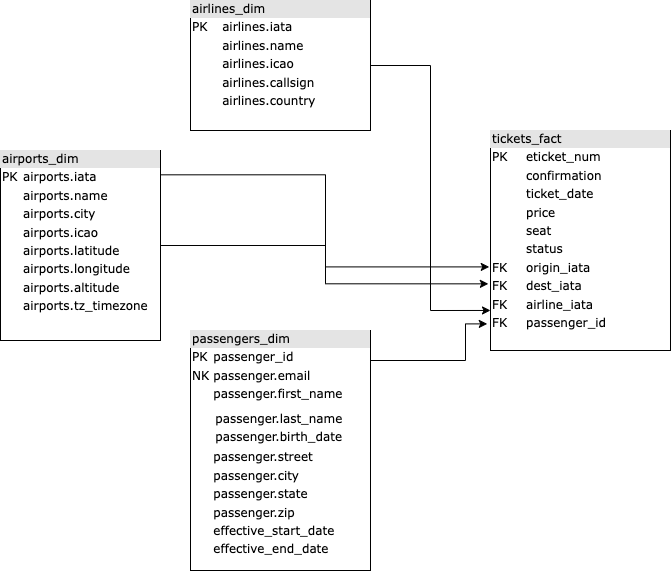
The draw.io diagram imgs/air_travel_data_modeling.drawio.png in rgiosa10/data-modeling-cr, before a commit. Source tidied: cells renumbered, new cells last; positions are measured from the earlier drawing's top-left corner, leaving out a move shared by most shapes. Its diagram source:
```xml
<mxGraphModel>
  <root>
    <mxCell id="0" />
    <mxCell id="1" parent="0" />
    <mxCell id="2" style="edgeStyle=orthogonalEdgeStyle;rounded=0;jettySize=auto;html=1;entryX=0;entryY=0.818;entryDx=0;entryDy=0;entryPerimeter=0;" parent="1" edge="1" source="3" target="9">
      <mxGeometry relative="1" as="geometry" />
    </mxCell>
    <mxCell id="3" value="&lt;div style=&quot;box-sizing: border-box ; width: 100% ; background: #e4e4e4 ; padding: 2px&quot;&gt;airlines_dim&lt;/div&gt;&lt;table style=&quot;width: 100% ; font-size: 1em&quot; cellpadding=&quot;2&quot; cellspacing=&quot;0&quot;&gt;&lt;tbody&gt;&lt;tr&gt;&lt;td&gt;PK&lt;/td&gt;&lt;td&gt;airlines.iata&lt;/td&gt;&lt;/tr&gt;&lt;tr&gt;&lt;td&gt;&lt;br&gt;&lt;/td&gt;&lt;td&gt;airlines.name&lt;/td&gt;&lt;/tr&gt;&lt;tr&gt;&lt;td&gt;&lt;/td&gt;&lt;td&gt;airlines.icao&lt;/td&gt;&lt;/tr&gt;&lt;tr&gt;&lt;td&gt;&lt;br&gt;&lt;/td&gt;&lt;td&gt;airlines.callsign&lt;br&gt;&lt;/td&gt;&lt;/tr&gt;&lt;tr&gt;&lt;td&gt;&lt;br&gt;&lt;/td&gt;&lt;td&gt;airlines.country&lt;/td&gt;&lt;/tr&gt;&lt;/tbody&gt;&lt;/table&gt;" style="verticalAlign=top;align=left;overflow=fill;html=1;rounded=0;shadow=0;comic=0;labelBackgroundColor=none;strokeWidth=1;fontFamily=Verdana;fontSize=12;" parent="1" vertex="1">
      <mxGeometry x="190" width="180" height="130" as="geometry" />
    </mxCell>
    <mxCell id="4" style="edgeStyle=orthogonalEdgeStyle;rounded=0;jettySize=auto;html=1;entryX=-0.007;entryY=0.62;entryDx=0;entryDy=0;entryPerimeter=0;exitX=1.005;exitY=0.128;exitDx=0;exitDy=0;exitPerimeter=0;" parent="1" edge="1" source="6" target="9">
      <mxGeometry relative="1" as="geometry" />
    </mxCell>
    <mxCell id="5" style="edgeStyle=orthogonalEdgeStyle;rounded=0;jettySize=auto;html=1;entryX=-0.012;entryY=0.697;entryDx=0;entryDy=0;entryPerimeter=0;" parent="1" edge="1" source="6" target="9">
      <mxGeometry relative="1" as="geometry" />
    </mxCell>
    <mxCell id="6" value="&lt;div style=&quot;box-sizing: border-box ; width: 100% ; background: #e4e4e4 ; padding: 2px&quot;&gt;airports_dim&lt;/div&gt;&lt;table style=&quot;width: 100% ; font-size: 1em&quot; cellpadding=&quot;2&quot; cellspacing=&quot;0&quot;&gt;&lt;tbody&gt;&lt;tr&gt;&lt;td&gt;PK&lt;/td&gt;&lt;td&gt;airports.iata&lt;/td&gt;&lt;/tr&gt;&lt;tr&gt;&lt;td&gt;&lt;/td&gt;&lt;td&gt;airports.name&lt;/td&gt;&lt;/tr&gt;&lt;tr&gt;&lt;td&gt;&lt;/td&gt;&lt;td&gt;airports.city&lt;/td&gt;&lt;/tr&gt;&lt;tr&gt;&lt;td&gt;&lt;br&gt;&lt;/td&gt;&lt;td&gt;airports.icao&lt;br&gt;&lt;/td&gt;&lt;/tr&gt;&lt;tr&gt;&lt;td&gt;&lt;br&gt;&lt;/td&gt;&lt;td&gt;airports.latitude&lt;br&gt;&lt;/td&gt;&lt;/tr&gt;&lt;tr&gt;&lt;td&gt;&lt;br&gt;&lt;/td&gt;&lt;td&gt;airports.longitude&lt;/td&gt;&lt;/tr&gt;&lt;tr&gt;&lt;td&gt;&lt;br&gt;&lt;/td&gt;&lt;td&gt;airports.altitude&lt;br&gt;&lt;/td&gt;&lt;/tr&gt;&lt;tr&gt;&lt;td&gt;&lt;br&gt;&lt;/td&gt;&lt;td&gt;airports.tz_timezone&lt;/td&gt;&lt;/tr&gt;&lt;/tbody&gt;&lt;/table&gt;" style="verticalAlign=top;align=left;overflow=fill;html=1;rounded=0;shadow=0;comic=0;labelBackgroundColor=none;strokeWidth=1;fontFamily=Verdana;fontSize=12;" parent="1" vertex="1">
      <mxGeometry y="150" width="160" height="190" as="geometry" />
    </mxCell>
    <mxCell id="7" style="edgeStyle=orthogonalEdgeStyle;rounded=0;jettySize=auto;html=1;entryX=-0.018;entryY=0.879;entryDx=0;entryDy=0;entryPerimeter=0;" parent="1" edge="1" source="8" target="9">
      <mxGeometry relative="1" as="geometry">
        <Array as="points">
          <mxPoint x="465" y="360" />
          <mxPoint x="465" y="323" />
        </Array>
      </mxGeometry>
    </mxCell>
    <mxCell id="8" value="&lt;div style=&quot;box-sizing: border-box ; width: 100% ; background: #e4e4e4 ; padding: 2px&quot;&gt;passengers_dim&lt;/div&gt;&lt;table style=&quot;width: 100% ; font-size: 1em&quot; cellpadding=&quot;2&quot; cellspacing=&quot;0&quot;&gt;&lt;tbody&gt;&lt;tr&gt;&lt;td&gt;PK&lt;/td&gt;&lt;td&gt;passenger_id&lt;/td&gt;&lt;/tr&gt;&lt;tr&gt;&lt;td&gt;NK&lt;/td&gt;&lt;td&gt;passenger.email&lt;/td&gt;&lt;/tr&gt;&lt;tr&gt;&lt;td&gt;&lt;/td&gt;&lt;td&gt;passenger.first_name&lt;/td&gt;&lt;/tr&gt;&lt;tr&gt;&lt;td&gt;&lt;br&gt;&lt;/td&gt;&lt;td&gt;&lt;table style=&quot;border-color: var(--border-color); font-size: 1em; width: 180px;&quot; cellpadding=&quot;2&quot; cellspacing=&quot;0&quot;&gt;&lt;tbody style=&quot;border-color: var(--border-color);&quot;&gt;&lt;tr style=&quot;border-color: var(--border-color);&quot;&gt;&lt;td style=&quot;border-color: var(--border-color);&quot;&gt;&lt;/td&gt;&lt;/tr&gt;&lt;tr style=&quot;border-color: var(--border-color);&quot;&gt;&lt;td style=&quot;border-color: var(--border-color);&quot;&gt;passenger.last_name&lt;/td&gt;&lt;/tr&gt;&lt;tr style=&quot;border-color: var(--border-color);&quot;&gt;&lt;td style=&quot;border-color: var(--border-color);&quot;&gt;passenger.birth_date&lt;/td&gt;&lt;/tr&gt;&lt;/tbody&gt;&lt;/table&gt;&lt;/td&gt;&lt;/tr&gt;&lt;tr&gt;&lt;td&gt;&lt;br&gt;&lt;/td&gt;&lt;td&gt;passenger.street&lt;br&gt;&lt;/td&gt;&lt;/tr&gt;&lt;tr&gt;&lt;td&gt;&lt;br&gt;&lt;/td&gt;&lt;td&gt;passenger.city&lt;br&gt;&lt;/td&gt;&lt;/tr&gt;&lt;tr&gt;&lt;td&gt;&lt;br&gt;&lt;/td&gt;&lt;td&gt;passenger.state&lt;/td&gt;&lt;/tr&gt;&lt;tr&gt;&lt;td&gt;&lt;br&gt;&lt;/td&gt;&lt;td&gt;passenger.zip&lt;/td&gt;&lt;/tr&gt;&lt;tr&gt;&lt;td&gt;&lt;br&gt;&lt;/td&gt;&lt;td&gt;effective_start_date&lt;/td&gt;&lt;/tr&gt;&lt;tr&gt;&lt;td&gt;&lt;br&gt;&lt;/td&gt;&lt;td&gt;effective_end_date&lt;/td&gt;&lt;/tr&gt;&lt;/tbody&gt;&lt;/table&gt;" style="verticalAlign=top;align=left;overflow=fill;html=1;rounded=0;shadow=0;comic=0;labelBackgroundColor=none;strokeWidth=1;fontFamily=Verdana;fontSize=12;" parent="1" vertex="1">
      <mxGeometry x="190" y="330" width="180" height="240" as="geometry" />
    </mxCell>
    <mxCell id="9" value="&lt;div style=&quot;box-sizing: border-box ; width: 100% ; background: #e4e4e4 ; padding: 2px&quot;&gt;tickets_fact&lt;/div&gt;&lt;table style=&quot;width: 100% ; font-size: 1em&quot; cellpadding=&quot;2&quot; cellspacing=&quot;0&quot;&gt;&lt;tbody&gt;&lt;tr&gt;&lt;td&gt;PK&lt;/td&gt;&lt;td&gt;eticket_num&lt;/td&gt;&lt;/tr&gt;&lt;tr&gt;&lt;td&gt;&lt;br&gt;&lt;/td&gt;&lt;td&gt;confirmation&lt;/td&gt;&lt;/tr&gt;&lt;tr&gt;&lt;td&gt;&lt;/td&gt;&lt;td&gt;ticket_date&lt;/td&gt;&lt;/tr&gt;&lt;tr&gt;&lt;td&gt;&lt;br&gt;&lt;/td&gt;&lt;td&gt;price&lt;br&gt;&lt;/td&gt;&lt;/tr&gt;&lt;tr&gt;&lt;td&gt;&lt;br&gt;&lt;/td&gt;&lt;td&gt;seat&lt;/td&gt;&lt;/tr&gt;&lt;tr&gt;&lt;td&gt;&lt;br&gt;&lt;/td&gt;&lt;td&gt;status&lt;/td&gt;&lt;/tr&gt;&lt;tr&gt;&lt;td&gt;FK&lt;/td&gt;&lt;td&gt;origin_iata&lt;/td&gt;&lt;/tr&gt;&lt;tr&gt;&lt;td&gt;FK&lt;/td&gt;&lt;td&gt;dest_iata&lt;/td&gt;&lt;/tr&gt;&lt;tr&gt;&lt;td&gt;FK&lt;/td&gt;&lt;td&gt;airline_iata&lt;/td&gt;&lt;/tr&gt;&lt;tr&gt;&lt;td&gt;FK&lt;/td&gt;&lt;td&gt;passenger_id&lt;/td&gt;&lt;/tr&gt;&lt;/tbody&gt;&lt;/table&gt;" style="verticalAlign=top;align=left;overflow=fill;html=1;rounded=0;shadow=0;comic=0;labelBackgroundColor=none;strokeWidth=1;fontFamily=Verdana;fontSize=12;" parent="1" vertex="1">
      <mxGeometry x="490" y="130" width="180" height="220" as="geometry" />
    </mxCell>
  </root>
</mxGraphModel>
```
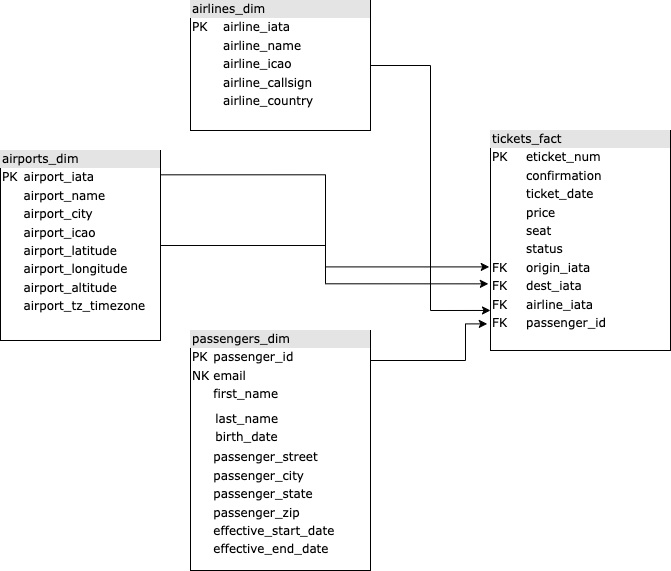
Later version of the same file.

Change to the diagram source:
```diff
@@ -5,7 +5,7 @@
     <mxCell id="2" style="edgeStyle=orthogonalEdgeStyle;rounded=0;jettySize=auto;html=1;entryX=0;entryY=0.818;entryDx=0;entryDy=0;entryPerimeter=0;" parent="1" edge="1" source="3" target="9">
       <mxGeometry relative="1" as="geometry" />
     </mxCell>
-    <mxCell id="3" value="&lt;div style=&quot;box-sizing: border-box ; width: 100% ; background: #e4e4e4 ; padding: 2px&quot;&gt;airlines_dim&lt;/div&gt;&lt;table style=&quot;width: 100% ; font-size: 1em&quot; cellpadding=&quot;2&quot; cellspacing=&quot;0&quot;&gt;&lt;tbody&gt;&lt;tr&gt;&lt;td&gt;PK&lt;/td&gt;&lt;td&gt;airlines.iata&lt;/td&gt;&lt;/tr&gt;&lt;tr&gt;&lt;td&gt;&lt;br&gt;&lt;/td&gt;&lt;td&gt;airlines.name&lt;/td&gt;&lt;/tr&gt;&lt;tr&gt;&lt;td&gt;&lt;/td&gt;&lt;td&gt;airlines.icao&lt;/td&gt;&lt;/tr&gt;&lt;tr&gt;&lt;td&gt;&lt;br&gt;&lt;/td&gt;&lt;td&gt;airlines.callsign&lt;br&gt;&lt;/td&gt;&lt;/tr&gt;&lt;tr&gt;&lt;td&gt;&lt;br&gt;&lt;/td&gt;&lt;td&gt;airlines.country&lt;/td&gt;&lt;/tr&gt;&lt;/tbody&gt;&lt;/table&gt;" style="verticalAlign=top;align=left;overflow=fill;html=1;rounded=0;shadow=0;comic=0;labelBackgroundColor=none;strokeWidth=1;fontFamily=Verdana;fontSize=12;" parent="1" vertex="1">
+    <mxCell id="3" value="&lt;div style=&quot;box-sizing: border-box ; width: 100% ; background: #e4e4e4 ; padding: 2px&quot;&gt;airlines_dim&lt;/div&gt;&lt;table style=&quot;width: 100% ; font-size: 1em&quot; cellpadding=&quot;2&quot; cellspacing=&quot;0&quot;&gt;&lt;tbody&gt;&lt;tr&gt;&lt;td&gt;PK&lt;/td&gt;&lt;td&gt;airline_iata&lt;/td&gt;&lt;/tr&gt;&lt;tr&gt;&lt;td&gt;&lt;br&gt;&lt;/td&gt;&lt;td&gt;airline_name&lt;/td&gt;&lt;/tr&gt;&lt;tr&gt;&lt;td&gt;&lt;/td&gt;&lt;td&gt;airline_icao&lt;/td&gt;&lt;/tr&gt;&lt;tr&gt;&lt;td&gt;&lt;br&gt;&lt;/td&gt;&lt;td&gt;airline_callsign&lt;br&gt;&lt;/td&gt;&lt;/tr&gt;&lt;tr&gt;&lt;td&gt;&lt;br&gt;&lt;/td&gt;&lt;td&gt;airline_country&lt;/td&gt;&lt;/tr&gt;&lt;/tbody&gt;&lt;/table&gt;" style="verticalAlign=top;align=left;overflow=fill;html=1;rounded=0;shadow=0;comic=0;labelBackgroundColor=none;strokeWidth=1;fontFamily=Verdana;fontSize=12;" parent="1" vertex="1">
       <mxGeometry x="190" width="180" height="130" as="geometry" />
     </mxCell>
     <mxCell id="4" style="edgeStyle=orthogonalEdgeStyle;rounded=0;jettySize=auto;html=1;entryX=-0.007;entryY=0.62;entryDx=0;entryDy=0;entryPerimeter=0;exitX=1.005;exitY=0.128;exitDx=0;exitDy=0;exitPerimeter=0;" parent="1" edge="1" source="6" target="9">
@@ -14,7 +14,7 @@
     <mxCell id="5" style="edgeStyle=orthogonalEdgeStyle;rounded=0;jettySize=auto;html=1;entryX=-0.012;entryY=0.697;entryDx=0;entryDy=0;entryPerimeter=0;" parent="1" edge="1" source="6" target="9">
       <mxGeometry relative="1" as="geometry" />
     </mxCell>
-    <mxCell id="6" value="&lt;div style=&quot;box-sizing: border-box ; width: 100% ; background: #e4e4e4 ; padding: 2px&quot;&gt;airports_dim&lt;/div&gt;&lt;table style=&quot;width: 100% ; font-size: 1em&quot; cellpadding=&quot;2&quot; cellspacing=&quot;0&quot;&gt;&lt;tbody&gt;&lt;tr&gt;&lt;td&gt;PK&lt;/td&gt;&lt;td&gt;airports.iata&lt;/td&gt;&lt;/tr&gt;&lt;tr&gt;&lt;td&gt;&lt;/td&gt;&lt;td&gt;airports.name&lt;/td&gt;&lt;/tr&gt;&lt;tr&gt;&lt;td&gt;&lt;/td&gt;&lt;td&gt;airports.city&lt;/td&gt;&lt;/tr&gt;&lt;tr&gt;&lt;td&gt;&lt;br&gt;&lt;/td&gt;&lt;td&gt;airports.icao&lt;br&gt;&lt;/td&gt;&lt;/tr&gt;&lt;tr&gt;&lt;td&gt;&lt;br&gt;&lt;/td&gt;&lt;td&gt;airports.latitude&lt;br&gt;&lt;/td&gt;&lt;/tr&gt;&lt;tr&gt;&lt;td&gt;&lt;br&gt;&lt;/td&gt;&lt;td&gt;airports.longitude&lt;/td&gt;&lt;/tr&gt;&lt;tr&gt;&lt;td&gt;&lt;br&gt;&lt;/td&gt;&lt;td&gt;airports.altitude&lt;br&gt;&lt;/td&gt;&lt;/tr&gt;&lt;tr&gt;&lt;td&gt;&lt;br&gt;&lt;/td&gt;&lt;td&gt;airports.tz_timezone&lt;/td&gt;&lt;/tr&gt;&lt;/tbody&gt;&lt;/table&gt;" style="verticalAlign=top;align=left;overflow=fill;html=1;rounded=0;shadow=0;comic=0;labelBackgroundColor=none;strokeWidth=1;fontFamily=Verdana;fontSize=12;" parent="1" vertex="1">
+    <mxCell id="6" value="&lt;div style=&quot;box-sizing: border-box ; width: 100% ; background: #e4e4e4 ; padding: 2px&quot;&gt;airports_dim&lt;/div&gt;&lt;table style=&quot;width: 100% ; font-size: 1em&quot; cellpadding=&quot;2&quot; cellspacing=&quot;0&quot;&gt;&lt;tbody&gt;&lt;tr&gt;&lt;td&gt;PK&lt;/td&gt;&lt;td&gt;airport_iata&lt;/td&gt;&lt;/tr&gt;&lt;tr&gt;&lt;td&gt;&lt;/td&gt;&lt;td&gt;airport_name&lt;/td&gt;&lt;/tr&gt;&lt;tr&gt;&lt;td&gt;&lt;/td&gt;&lt;td&gt;airport_city&lt;/td&gt;&lt;/tr&gt;&lt;tr&gt;&lt;td&gt;&lt;br&gt;&lt;/td&gt;&lt;td&gt;airport_icao&lt;br&gt;&lt;/td&gt;&lt;/tr&gt;&lt;tr&gt;&lt;td&gt;&lt;br&gt;&lt;/td&gt;&lt;td&gt;airport_latitude&lt;br&gt;&lt;/td&gt;&lt;/tr&gt;&lt;tr&gt;&lt;td&gt;&lt;br&gt;&lt;/td&gt;&lt;td&gt;airport_longitude&lt;/td&gt;&lt;/tr&gt;&lt;tr&gt;&lt;td&gt;&lt;br&gt;&lt;/td&gt;&lt;td&gt;airport_altitude&lt;br&gt;&lt;/td&gt;&lt;/tr&gt;&lt;tr&gt;&lt;td&gt;&lt;br&gt;&lt;/td&gt;&lt;td&gt;airport_tz_timezone&lt;/td&gt;&lt;/tr&gt;&lt;/tbody&gt;&lt;/table&gt;" style="verticalAlign=top;align=left;overflow=fill;html=1;rounded=0;shadow=0;comic=0;labelBackgroundColor=none;strokeWidth=1;fontFamily=Verdana;fontSize=12;" parent="1" vertex="1">
       <mxGeometry y="150" width="160" height="190" as="geometry" />
     </mxCell>
     <mxCell id="7" style="edgeStyle=orthogonalEdgeStyle;rounded=0;jettySize=auto;html=1;entryX=-0.018;entryY=0.879;entryDx=0;entryDy=0;entryPerimeter=0;" parent="1" edge="1" source="8" target="9">
@@ -25,10 +25,10 @@
         </Array>
       </mxGeometry>
     </mxCell>
-    <mxCell id="8" value="&lt;div style=&quot;box-sizing: border-box ; width: 100% ; background: #e4e4e4 ; padding: 2px&quot;&gt;passengers_dim&lt;/div&gt;&lt;table style=&quot;width: 100% ; font-size: 1em&quot; cellpadding=&quot;2&quot; cellspacing=&quot;0&quot;&gt;&lt;tbody&gt;&lt;tr&gt;&lt;td&gt;PK&lt;/td&gt;&lt;td&gt;passenger_id&lt;/td&gt;&lt;/tr&gt;&lt;tr&gt;&lt;td&gt;NK&lt;/td&gt;&lt;td&gt;passenger.email&lt;/td&gt;&lt;/tr&gt;&lt;tr&gt;&lt;td&gt;&lt;/td&gt;&lt;td&gt;passenger.first_name&lt;/td&gt;&lt;/tr&gt;&lt;tr&gt;&lt;td&gt;&lt;br&gt;&lt;/td&gt;&lt;td&gt;&lt;table style=&quot;border-color: var(--border-color); font-size: 1em; width: 180px;&quot; cellpadding=&quot;2&quot; cellspacing=&quot;0&quot;&gt;&lt;tbody style=&quot;border-color: var(--border-color);&quot;&gt;&lt;tr style=&quot;border-color: var(--border-color);&quot;&gt;&lt;td style=&quot;border-color: var(--border-color);&quot;&gt;&lt;/td&gt;&lt;/tr&gt;&lt;tr style=&quot;border-color: var(--border-color);&quot;&gt;&lt;td style=&quot;border-color: var(--border-color);&quot;&gt;passenger.last_name&lt;/td&gt;&lt;/tr&gt;&lt;tr style=&quot;border-color: var(--border-color);&quot;&gt;&lt;td style=&quot;border-color: var(--border-color);&quot;&gt;passenger.birth_date&lt;/td&gt;&lt;/tr&gt;&lt;/tbody&gt;&lt;/table&gt;&lt;/td&gt;&lt;/tr&gt;&lt;tr&gt;&lt;td&gt;&lt;br&gt;&lt;/td&gt;&lt;td&gt;passenger.street&lt;br&gt;&lt;/td&gt;&lt;/tr&gt;&lt;tr&gt;&lt;td&gt;&lt;br&gt;&lt;/td&gt;&lt;td&gt;passenger.city&lt;br&gt;&lt;/td&gt;&lt;/tr&gt;&lt;tr&gt;&lt;td&gt;&lt;br&gt;&lt;/td&gt;&lt;td&gt;passenger.state&lt;/td&gt;&lt;/tr&gt;&lt;tr&gt;&lt;td&gt;&lt;br&gt;&lt;/td&gt;&lt;td&gt;passenger.zip&lt;/td&gt;&lt;/tr&gt;&lt;tr&gt;&lt;td&gt;&lt;br&gt;&lt;/td&gt;&lt;td&gt;effective_start_date&lt;/td&gt;&lt;/tr&gt;&lt;tr&gt;&lt;td&gt;&lt;br&gt;&lt;/td&gt;&lt;td&gt;effective_end_date&lt;/td&gt;&lt;/tr&gt;&lt;/tbody&gt;&lt;/table&gt;" style="verticalAlign=top;align=left;overflow=fill;html=1;rounded=0;shadow=0;comic=0;labelBackgroundColor=none;strokeWidth=1;fontFamily=Verdana;fontSize=12;" parent="1" vertex="1">
+    <mxCell id="8" value="&lt;div style=&quot;box-sizing: border-box ; width: 100% ; background: #e4e4e4 ; padding: 2px&quot;&gt;passengers_dim&lt;/div&gt;&lt;table style=&quot;width: 100% ; font-size: 1em&quot; cellpadding=&quot;2&quot; cellspacing=&quot;0&quot;&gt;&lt;tbody&gt;&lt;tr&gt;&lt;td&gt;PK&lt;/td&gt;&lt;td&gt;passenger_id&lt;/td&gt;&lt;/tr&gt;&lt;tr&gt;&lt;td&gt;NK&lt;/td&gt;&lt;td&gt;email&lt;/td&gt;&lt;/tr&gt;&lt;tr&gt;&lt;td&gt;&lt;/td&gt;&lt;td&gt;first_name&lt;/td&gt;&lt;/tr&gt;&lt;tr&gt;&lt;td&gt;&lt;br&gt;&lt;/td&gt;&lt;td&gt;&lt;table style=&quot;border-color: var(--border-color); font-size: 1em; width: 180px;&quot; cellpadding=&quot;2&quot; cellspacing=&quot;0&quot;&gt;&lt;tbody style=&quot;border-color: var(--border-color);&quot;&gt;&lt;tr style=&quot;border-color: var(--border-color);&quot;&gt;&lt;td style=&quot;border-color: var(--border-color);&quot;&gt;&lt;/td&gt;&lt;/tr&gt;&lt;tr style=&quot;border-color: var(--border-color);&quot;&gt;&lt;td style=&quot;border-color: var(--border-color);&quot;&gt;last_name&lt;/td&gt;&lt;/tr&gt;&lt;tr style=&quot;border-color: var(--border-color);&quot;&gt;&lt;td style=&quot;border-color: var(--border-color);&quot;&gt;birth_date&lt;/td&gt;&lt;/tr&gt;&lt;/tbody&gt;&lt;/table&gt;&lt;/td&gt;&lt;/tr&gt;&lt;tr&gt;&lt;td&gt;&lt;br&gt;&lt;/td&gt;&lt;td&gt;passenger_street&lt;br&gt;&lt;/td&gt;&lt;/tr&gt;&lt;tr&gt;&lt;td&gt;&lt;br&gt;&lt;/td&gt;&lt;td&gt;passenger_city&lt;br&gt;&lt;/td&gt;&lt;/tr&gt;&lt;tr&gt;&lt;td&gt;&lt;br&gt;&lt;/td&gt;&lt;td&gt;passenger_state&lt;/td&gt;&lt;/tr&gt;&lt;tr&gt;&lt;td&gt;&lt;br&gt;&lt;/td&gt;&lt;td&gt;passenger_zip&lt;/td&gt;&lt;/tr&gt;&lt;tr&gt;&lt;td&gt;&lt;br&gt;&lt;/td&gt;&lt;td&gt;effective_start_date&lt;/td&gt;&lt;/tr&gt;&lt;tr&gt;&lt;td&gt;&lt;br&gt;&lt;/td&gt;&lt;td&gt;effective_end_date&lt;/td&gt;&lt;/tr&gt;&lt;/tbody&gt;&lt;/table&gt;" style="verticalAlign=top;align=left;overflow=fill;html=1;rounded=0;shadow=0;comic=0;labelBackgroundColor=none;strokeWidth=1;fontFamily=Verdana;fontSize=12;" parent="1" vertex="1">
       <mxGeometry x="190" y="330" width="180" height="240" as="geometry" />
     </mxCell>
-    <mxCell id="9" value="&lt;div style=&quot;box-sizing: border-box ; width: 100% ; background: #e4e4e4 ; padding: 2px&quot;&gt;tickets_fact&lt;/div&gt;&lt;table style=&quot;width: 100% ; font-size: 1em&quot; cellpadding=&quot;2&quot; cellspacing=&quot;0&quot;&gt;&lt;tbody&gt;&lt;tr&gt;&lt;td&gt;PK&lt;/td&gt;&lt;td&gt;eticket_num&lt;/td&gt;&lt;/tr&gt;&lt;tr&gt;&lt;td&gt;&lt;br&gt;&lt;/td&gt;&lt;td&gt;confirmation&lt;/td&gt;&lt;/tr&gt;&lt;tr&gt;&lt;td&gt;&lt;/td&gt;&lt;td&gt;ticket_date&lt;/td&gt;&lt;/tr&gt;&lt;tr&gt;&lt;td&gt;&lt;br&gt;&lt;/td&gt;&lt;td&gt;price&lt;br&gt;&lt;/td&gt;&lt;/tr&gt;&lt;tr&gt;&lt;td&gt;&lt;br&gt;&lt;/td&gt;&lt;td&gt;seat&lt;/td&gt;&lt;/tr&gt;&lt;tr&gt;&lt;td&gt;&lt;br&gt;&lt;/td&gt;&lt;td&gt;status&lt;/td&gt;&lt;/tr&gt;&lt;tr&gt;&lt;td&gt;FK&lt;/td&gt;&lt;td&gt;origin_iata&lt;/td&gt;&lt;/tr&gt;&lt;tr&gt;&lt;td&gt;FK&lt;/td&gt;&lt;td&gt;dest_iata&lt;/td&gt;&lt;/tr&gt;&lt;tr&gt;&lt;td&gt;FK&lt;/td&gt;&lt;td&gt;airline_iata&lt;/td&gt;&lt;/tr&gt;&lt;tr&gt;&lt;td&gt;FK&lt;/td&gt;&lt;td&gt;passenger_id&lt;/td&gt;&lt;/tr&gt;&lt;/tbody&gt;&lt;/table&gt;" style="verticalAlign=top;align=left;overflow=fill;html=1;rounded=0;shadow=0;comic=0;labelBackgroundColor=none;strokeWidth=1;fontFamily=Verdana;fontSize=12;" parent="1" vertex="1">
+    <mxCell id="9" value="&lt;div style=&quot;box-sizing: border-box ; width: 100% ; background: #e4e4e4 ; padding: 2px&quot;&gt;tickets_fact&lt;/div&gt;&lt;table style=&quot;width: 100% ; font-size: 1em&quot; cellpadding=&quot;2&quot; cellspacing=&quot;0&quot;&gt;&lt;tbody&gt;&lt;tr&gt;&lt;td&gt;PK&lt;/td&gt;&lt;td&gt;eticket_num&lt;/td&gt;&lt;/tr&gt;&lt;tr&gt;&lt;td&gt;&lt;br&gt;&lt;/td&gt;&lt;td&gt;confirmation&lt;/td&gt;&lt;/tr&gt;&lt;tr&gt;&lt;td&gt;&lt;/td&gt;&lt;td&gt;ticket_date&lt;/td&gt;&lt;/tr&gt;&lt;tr&gt;&lt;td&gt;&lt;br&gt;&lt;/td&gt;&lt;td&gt;price&lt;br&gt;&lt;/td&gt;&lt;/tr&gt;&lt;tr&gt;&lt;td&gt;&lt;br&gt;&lt;/td&gt;&lt;td&gt;seat&lt;/td&gt;&lt;/tr&gt;&lt;tr&gt;&lt;td&gt;&lt;br&gt;&lt;/td&gt;&lt;td&gt;status&lt;/td&gt;&lt;/tr&gt;&lt;tr&gt;&lt;td&gt;FK&lt;/td&gt;&lt;td&gt;origin_iata&lt;/td&gt;&lt;/tr&gt;&lt;tr&gt;&lt;td&gt;FK&lt;/td&gt;&lt;td&gt;dest_iata&lt;/td&gt;&lt;/tr&gt;&lt;tr&gt;&lt;td&gt;FK&lt;/td&gt;&lt;td&gt;airline_iata&lt;/td&gt;&lt;/tr&gt;&lt;tr&gt;&lt;td&gt;FK&lt;/td&gt;&lt;td&gt;passenger_id&lt;/td&gt;&lt;/tr&gt;&lt;tr&gt;&lt;td&gt;&lt;br&gt;&lt;/td&gt;&lt;td&gt;&lt;br&gt;&lt;/td&gt;&lt;/tr&gt;&lt;tr&gt;&lt;td&gt;&lt;br&gt;&lt;/td&gt;&lt;td&gt;&lt;br&gt;&lt;/td&gt;&lt;/tr&gt;&lt;tr&gt;&lt;td&gt;&lt;br&gt;&lt;/td&gt;&lt;td&gt;&lt;br&gt;&lt;/td&gt;&lt;/tr&gt;&lt;tr&gt;&lt;td&gt;&lt;br&gt;&lt;/td&gt;&lt;td&gt;&lt;br&gt;&lt;/td&gt;&lt;/tr&gt;&lt;/tbody&gt;&lt;/table&gt;" style="verticalAlign=top;align=left;overflow=fill;html=1;rounded=0;shadow=0;comic=0;labelBackgroundColor=none;strokeWidth=1;fontFamily=Verdana;fontSize=12;" parent="1" vertex="1">
       <mxGeometry x="490" y="130" width="180" height="220" as="geometry" />
     </mxCell>
   </root>
```
